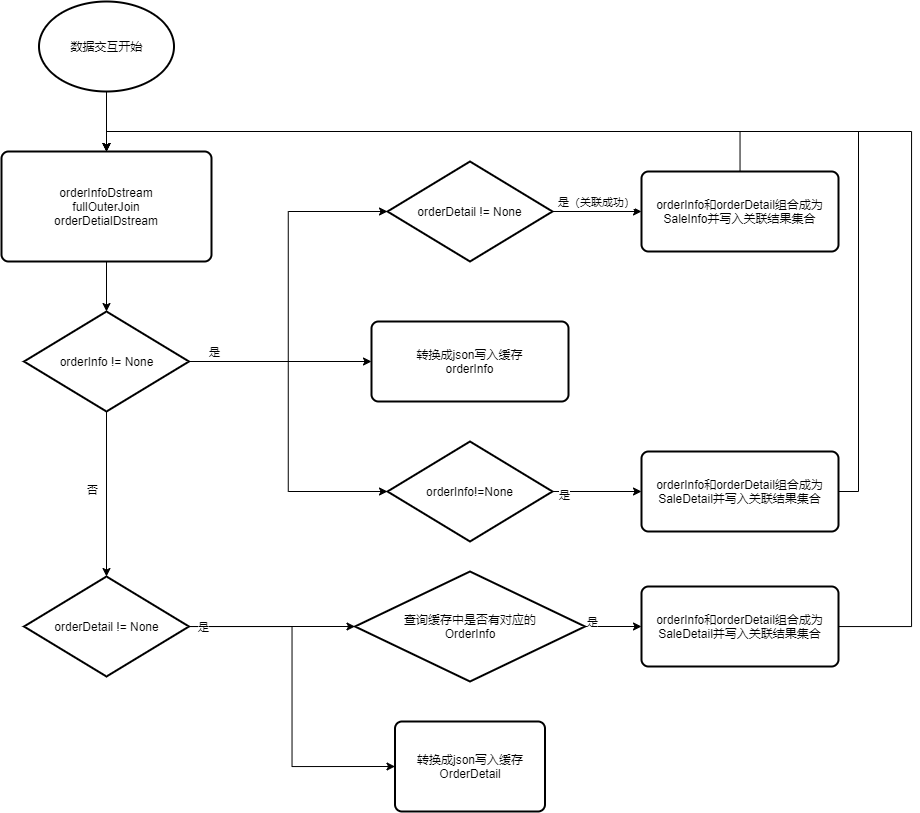
dyzcs/mall-2020 keeps this draw.io diagram as 双流join流程图.png. Above is the earlier version. Source tidied: cells renumbered, new cells last; positions are measured from the earlier drawing's top-left corner, leaving out a move shared by most shapes.
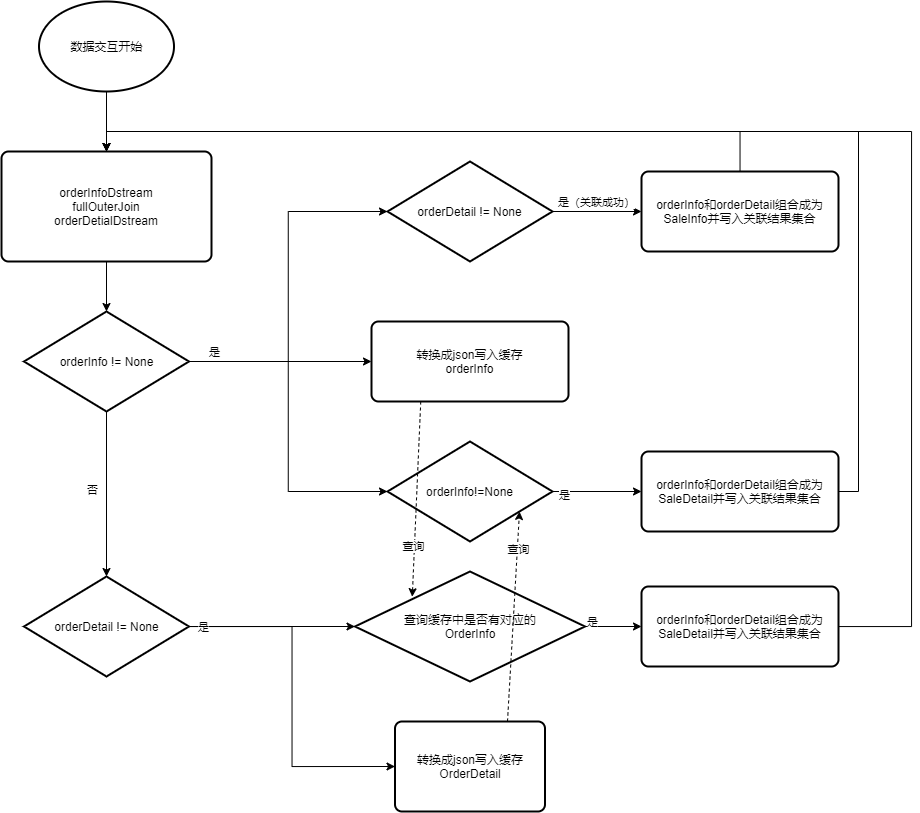
After the commit.

Commit message:
更新双流join流程图.png

The edit, as a diff of the source:
```diff
@@ -115,5 +115,19 @@
     <mxCell id="33" value="数据交互开始" style="strokeWidth=2;html=1;shape=mxgraph.flowchart.start_1;whiteSpace=wrap;" parent="1" vertex="1">
       <mxGeometry x="37.5" width="135" height="90" as="geometry" />
     </mxCell>
+    <mxCell id="34" style="endArrow=classic;html=1;exitX=0.25;exitY=1;exitDx=0;exitDy=0;entryX=0.249;entryY=0.229;entryDx=0;entryDy=0;entryPerimeter=0;dashed=1;" parent="1" edge="1" source="18" target="24">
+      <mxGeometry relative="1" as="geometry" />
+    </mxCell>
+    <mxCell id="35" value="查询" style="edgeLabel;html=1;align=center;verticalAlign=middle;" parent="34" vertex="1">
+      <mxGeometry x="0.48" y="-2" relative="1" as="geometry" />
+    </mxCell>
+    <mxCell id="36" style="endArrow=classic;html=1;exitX=0.75;exitY=0;exitDx=0;exitDy=0;dashed=1;" parent="1" edge="1" source="25">
+      <mxGeometry relative="1" as="geometry">
+        <mxPoint x="518" y="510" as="targetPoint" />
+      </mxGeometry>
+    </mxCell>
+    <mxCell id="37" value="查询" style="edgeLabel;html=1;align=center;verticalAlign=middle;" parent="36" vertex="1">
+      <mxGeometry x="0.64" y="-1" relative="1" as="geometry" />
+    </mxCell>
   </root>
 </mxGraphModel>
```
